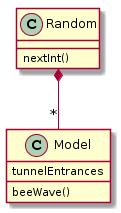
Before: rapport/waveDiagram.png, a diagram exported from PlantUML (fdemoor/prog1p3). Source of this version:
```plantuml
@startuml
class Random

class Model

Random *-- "*" Model

Random : nextInt()
Model : beeWave()
Model : tunnelEntrances
@enduml
```
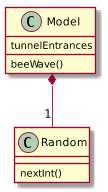
Above is the later version.

Commit message:
Added an explanation for events improvement. Corrected 2 diagrams

What changed in the source:
```diff
@@ -1,11 +1,13 @@
 @startuml
+
 class Random
 
 class Model
 
-Random *-- "*" Model
+Model *-- "1" Random
 
 Random : nextInt()
 Model : beeWave()
 Model : tunnelEntrances
+
 @enduml
```
